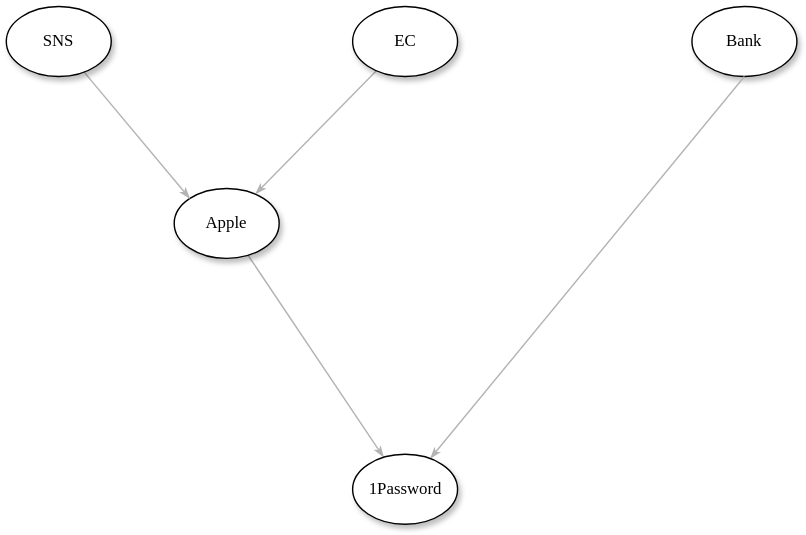
Before: blog.jxck.io/entries/2025-01-27/simplified-chain.drawio.svg, a diagram exported from draw.io (Jxck/jxck.io). Source tidied: cells renumbered, new cells last; positions are measured from the earlier drawing's top-left corner, leaving out a move shared by most shapes.
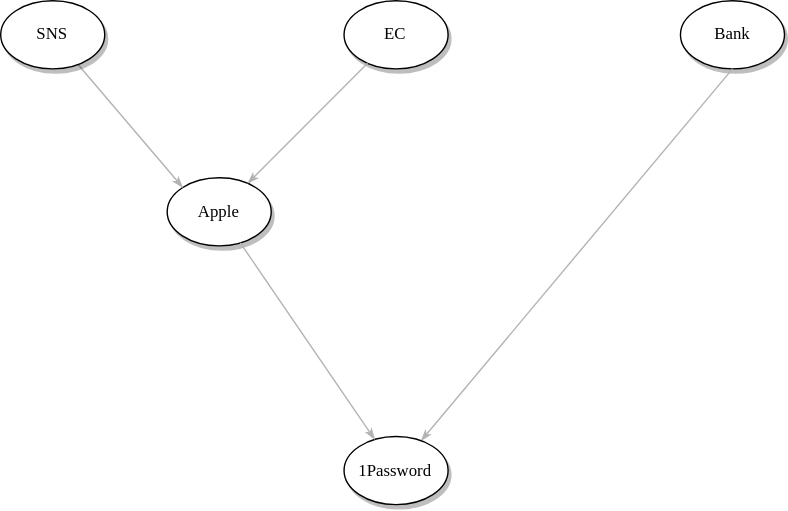
After the commit.

Diff of the diagram source:
```diff
@@ -2,32 +2,35 @@
   <root>
     <mxCell id="0" />
     <mxCell id="1" parent="0" />
-    <mxCell id="2" style="edgeStyle=none;rounded=1;html=1;labelBackgroundColor=none;startArrow=none;startFill=0;startSize=5;endArrow=classicThin;endFill=1;endSize=5;jettySize=auto;strokeColor=#B3B3B3;strokeWidth=1;fontFamily=Verdana;fontSize=12;" parent="1" edge="1" source="3" target="7">
-      <mxGeometry relative="1" as="geometry" />
-    </mxCell>
+    <mxCell id="11" style="group;" parent="1" vertex="1">
+      <mxGeometry x="-210" y="-190" width="560" height="360" as="geometry" />
+    </mxCell>
-    <mxCell id="3" value="&lt;span&gt;EC&lt;/span&gt;" style="ellipse;whiteSpace=wrap;html=1;rounded=0;shadow=1;comic=0;labelBackgroundColor=none;strokeWidth=1;fontFamily=Verdana;fontSize=12;align=center;" parent="1" vertex="1">
-      <mxGeometry x="247.5" width="75" height="50" as="geometry" />
+    <mxCell id="3" value="&lt;span&gt;EC&lt;/span&gt;" style="ellipse;whiteSpace=wrap;html=1;rounded=0;shadow=1;comic=0;labelBackgroundColor=none;strokeWidth=1;fontFamily=Verdana;fontSize=12;align=center;" parent="11" vertex="1">
+      <mxGeometry x="245.3" width="74.3" height="48.6" as="geometry" />
     </mxCell>
-    <mxCell id="4" value="&lt;span&gt;Bank&lt;/span&gt;" style="ellipse;whiteSpace=wrap;html=1;rounded=0;shadow=1;comic=0;labelBackgroundColor=none;strokeWidth=1;fontFamily=Verdana;fontSize=12;align=center;" parent="1" vertex="1">
-      <mxGeometry x="490" width="75" height="50" as="geometry" />
+    <mxCell id="4" value="&lt;span&gt;Bank&lt;/span&gt;" style="ellipse;whiteSpace=wrap;html=1;rounded=0;shadow=1;comic=0;labelBackgroundColor=none;strokeWidth=1;fontFamily=Verdana;fontSize=12;align=center;" parent="11" vertex="1">
+      <mxGeometry x="485.7" width="74.3" height="48.6" as="geometry" />
     </mxCell>
-    <mxCell id="5" style="edgeStyle=none;rounded=1;html=1;labelBackgroundColor=none;startArrow=none;startFill=0;startSize=5;endArrow=classicThin;endFill=1;endSize=5;jettySize=auto;strokeColor=#B3B3B3;strokeWidth=1;fontFamily=Verdana;fontSize=12;exitX=0.5;exitY=1;exitDx=0;exitDy=0;" parent="1" edge="1" source="4" target="8">
+    <mxCell id="5" style="edgeStyle=none;rounded=1;html=1;labelBackgroundColor=none;startArrow=none;startFill=0;startSize=5;endArrow=classicThin;endFill=1;endSize=5;jettySize=auto;strokeColor=#B3B3B3;strokeWidth=1;fontFamily=Verdana;fontSize=12;exitX=0.5;exitY=1;exitDx=0;exitDy=0;" parent="11" edge="1" source="4" target="8">
       <mxGeometry relative="1" as="geometry" />
     </mxCell>
+    <mxCell id="7" value="&lt;span&gt;Apple&lt;/span&gt;" style="ellipse;whiteSpace=wrap;html=1;rounded=0;shadow=1;comic=0;labelBackgroundColor=none;strokeWidth=1;fontFamily=Verdana;fontSize=12;align=center;" parent="11" vertex="1">
+      <mxGeometry x="118.9" y="126.5" width="74.3" height="48.6" as="geometry" />
+    </mxCell>
+    <mxCell id="2" style="edgeStyle=none;rounded=1;html=1;labelBackgroundColor=none;startArrow=none;startFill=0;startSize=5;endArrow=classicThin;endFill=1;endSize=5;jettySize=auto;strokeColor=#B3B3B3;strokeWidth=1;fontFamily=Verdana;fontSize=12;" parent="11" edge="1" source="3" target="7">
+      <mxGeometry relative="1" as="geometry" />
+    </mxCell>
+    <mxCell id="8" value="1Password" style="ellipse;whiteSpace=wrap;html=1;rounded=0;shadow=1;comic=0;labelBackgroundColor=none;strokeWidth=1;fontFamily=Verdana;fontSize=12;align=center;" parent="11" vertex="1">
+      <mxGeometry x="245.3" y="311.4" width="74.3" height="48.6" as="geometry" />
+    </mxCell>
-    <mxCell id="6" style="edgeStyle=none;rounded=1;html=1;labelBackgroundColor=none;startArrow=none;startFill=0;startSize=5;endArrow=classicThin;endFill=1;endSize=5;jettySize=auto;strokeColor=#B3B3B3;strokeWidth=1;fontFamily=Verdana;fontSize=12;" parent="1" edge="1" source="7" target="8">
+    <mxCell id="6" style="edgeStyle=none;rounded=1;html=1;labelBackgroundColor=none;startArrow=none;startFill=0;startSize=5;endArrow=classicThin;endFill=1;endSize=5;jettySize=auto;strokeColor=#B3B3B3;strokeWidth=1;fontFamily=Verdana;fontSize=12;" parent="11" edge="1" source="7" target="8">
       <mxGeometry relative="1" as="geometry" />
     </mxCell>
-    <mxCell id="7" value="&lt;span&gt;Apple&lt;/span&gt;" style="ellipse;whiteSpace=wrap;html=1;rounded=0;shadow=1;comic=0;labelBackgroundColor=none;strokeWidth=1;fontFamily=Verdana;fontSize=12;align=center;" parent="1" vertex="1">
-      <mxGeometry x="120" y="130" width="75" height="50" as="geometry" />
-    </mxCell>
-    <mxCell id="8" value="1Password" style="ellipse;whiteSpace=wrap;html=1;rounded=0;shadow=1;comic=0;labelBackgroundColor=none;strokeWidth=1;fontFamily=Verdana;fontSize=12;align=center;" parent="1" vertex="1">
-      <mxGeometry x="247.5" y="320" width="75" height="50" as="geometry" />
-    </mxCell>
-    <mxCell id="9" style="edgeStyle=none;rounded=1;html=1;labelBackgroundColor=none;startArrow=none;startFill=0;startSize=5;endArrow=classicThin;endFill=1;endSize=5;jettySize=auto;strokeColor=#B3B3B3;strokeWidth=1;fontFamily=Verdana;fontSize=12;entryX=0;entryY=0;entryDx=0;entryDy=0;" parent="1" edge="1" source="10" target="7">
+    <mxCell id="9" style="edgeStyle=none;rounded=1;html=1;labelBackgroundColor=none;startArrow=none;startFill=0;startSize=5;endArrow=classicThin;endFill=1;endSize=5;jettySize=auto;strokeColor=#B3B3B3;strokeWidth=1;fontFamily=Verdana;fontSize=12;entryX=0;entryY=0;entryDx=0;entryDy=0;" parent="11" edge="1" source="10" target="7">
       <mxGeometry relative="1" as="geometry" />
     </mxCell>
-    <mxCell id="10" value="SNS" style="ellipse;whiteSpace=wrap;html=1;rounded=0;shadow=1;comic=0;labelBackgroundColor=none;strokeWidth=1;fontFamily=Verdana;fontSize=12;align=center;" parent="1" vertex="1">
-      <mxGeometry width="75" height="50" as="geometry" />
+    <mxCell id="10" value="SNS" style="ellipse;whiteSpace=wrap;html=1;rounded=0;shadow=1;comic=0;labelBackgroundColor=none;strokeWidth=1;fontFamily=Verdana;fontSize=12;align=center;" parent="11" vertex="1">
+      <mxGeometry width="74.3" height="48.6" as="geometry" />
     </mxCell>
   </root>
 </mxGraphModel>
```
